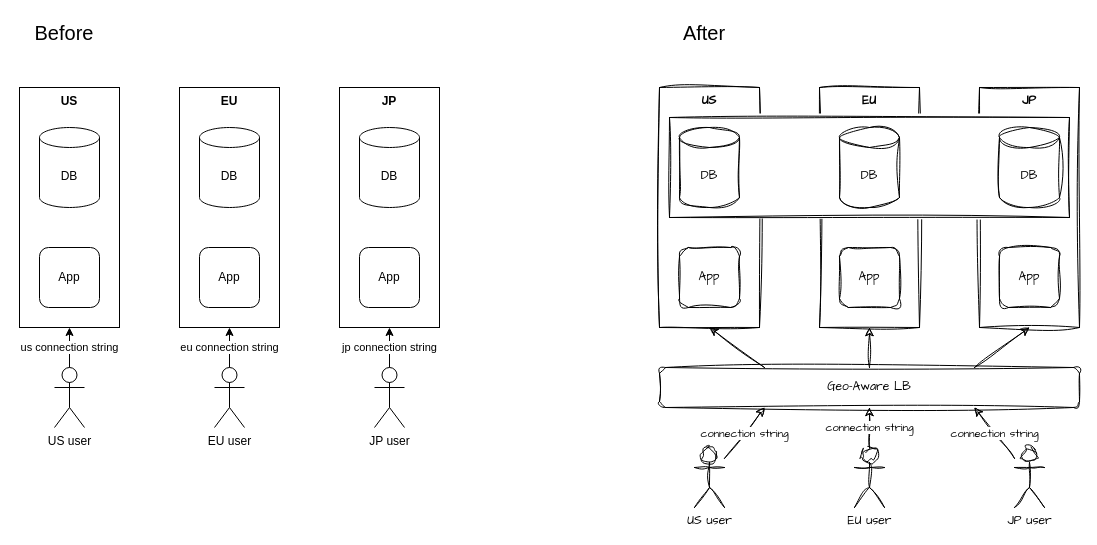
Above: 006_app_silos/multi_instance_architecture/diagram.drawio in codingconcepts/architecture-simplification (draw.io), before the change. Source tidied: cells renumbered, new cells numbered last; positions are measured from the earlier drawing's top-left corner, leaving out a move shared by most shapes. Both pictures are drawn from the tidied source at 100%, with x=0, y=0 at pixel (19, 17).
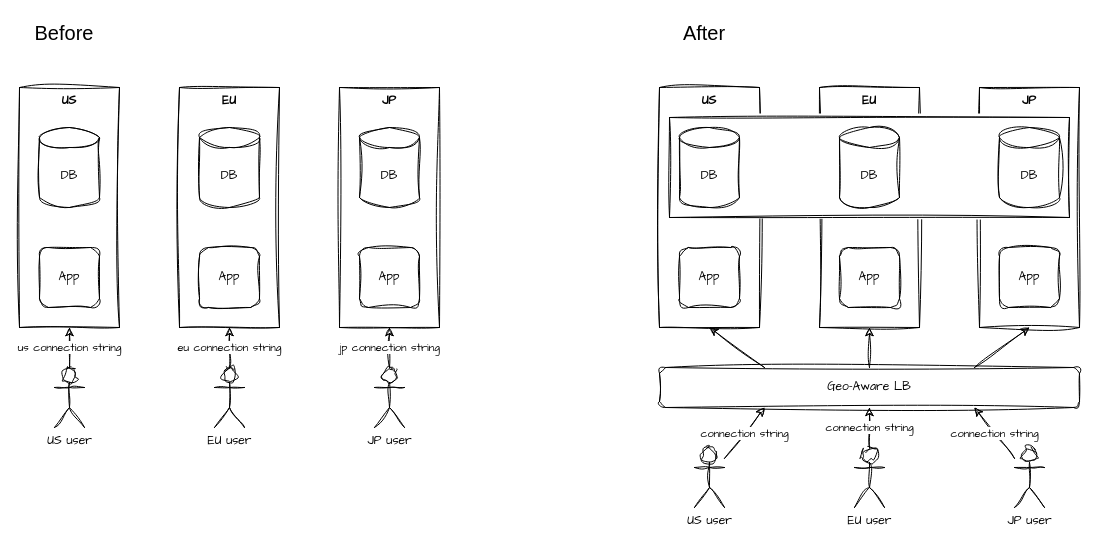
The same page after the edit.

The edit, as a diff of the source:
```diff
@@
-    <mxCell id="2" value="&lt;b&gt;US&lt;/b&gt;" style="rounded=0;whiteSpace=wrap;html=1;fillColor=none;verticalAlign=top;shadow=0;fontFamily=Helvetica;" parent="1" vertex="1">
+    <mxCell id="2" value="&lt;b&gt;US&lt;/b&gt;" style="rounded=0;whiteSpace=wrap;html=1;fillColor=none;verticalAlign=top;shadow=0;fontFamily=Architects Daughter;sketch=1;curveFitting=1;jiggle=2;" parent="1" vertex="1">
       <mxGeometry y="70" width="100" height="240" as="geometry" />
     </mxCell>
-    <mxCell id="3" value="DB" style="shape=cylinder3;whiteSpace=wrap;html=1;boundedLbl=1;backgroundOutline=1;size=10;fillColor=none;shadow=0;fontFamily=Helvetica;" parent="1" vertex="1">
+    <mxCell id="3" value="DB" style="shape=cylinder3;whiteSpace=wrap;html=1;boundedLbl=1;backgroundOutline=1;size=10;fillColor=none;shadow=0;fontFamily=Architects Daughter;sketch=1;curveFitting=1;jiggle=2;" parent="1" vertex="1">
       <mxGeometry x="20" y="110" width="60" height="80" as="geometry" />
     </mxCell>
-    <mxCell id="4" value="App" style="rounded=1;whiteSpace=wrap;html=1;fillColor=none;shadow=0;fontFamily=Helvetica;" parent="1" vertex="1">
+    <mxCell id="4" value="App" style="rounded=1;whiteSpace=wrap;html=1;fillColor=none;shadow=0;fontFamily=Architects Daughter;sketch=1;curveFitting=1;jiggle=2;" parent="1" vertex="1">
       <mxGeometry x="20" y="230" width="60" height="60" as="geometry" />
     </mxCell>
-    <mxCell id="5" value="&lt;b&gt;EU&lt;/b&gt;" style="rounded=0;whiteSpace=wrap;html=1;fillColor=none;verticalAlign=top;shadow=0;fontFamily=Helvetica;" parent="1" vertex="1">
+    <mxCell id="5" value="&lt;b&gt;EU&lt;/b&gt;" style="rounded=0;whiteSpace=wrap;html=1;fillColor=none;verticalAlign=top;shadow=0;fontFamily=Architects Daughter;sketch=1;curveFitting=1;jiggle=2;" parent="1" vertex="1">
       <mxGeometry x="160" y="70" width="100" height="240" as="geometry" />
     </mxCell>
-    <mxCell id="6" value="DB" style="shape=cylinder3;whiteSpace=wrap;html=1;boundedLbl=1;backgroundOutline=1;size=10;fillColor=none;shadow=0;fontFamily=Helvetica;" parent="1" vertex="1">
+    <mxCell id="6" value="DB" style="shape=cylinder3;whiteSpace=wrap;html=1;boundedLbl=1;backgroundOutline=1;size=10;fillColor=none;shadow=0;fontFamily=Architects Daughter;sketch=1;curveFitting=1;jiggle=2;" parent="1" vertex="1">
       <mxGeometry x="180" y="110" width="60" height="80" as="geometry" />
     </mxCell>
-    <mxCell id="7" value="App" style="rounded=1;whiteSpace=wrap;html=1;fillColor=none;shadow=0;fontFamily=Helvetica;" parent="1" vertex="1">
+    <mxCell id="7" value="App" style="rounded=1;whiteSpace=wrap;html=1;fillColor=none;shadow=0;fontFamily=Architects Daughter;sketch=1;curveFitting=1;jiggle=2;" parent="1" vertex="1">
       <mxGeometry x="180" y="230" width="60" height="60" as="geometry" />
     </mxCell>
-    <mxCell id="8" value="&lt;b&gt;JP&lt;/b&gt;" style="rounded=0;whiteSpace=wrap;html=1;fillColor=none;verticalAlign=top;shadow=0;fontFamily=Helvetica;" parent="1" vertex="1">
+    <mxCell id="8" value="&lt;b&gt;JP&lt;/b&gt;" style="rounded=0;whiteSpace=wrap;html=1;fillColor=none;verticalAlign=top;shadow=0;fontFamily=Architects Daughter;sketch=1;curveFitting=1;jiggle=2;" parent="1" vertex="1">
       <mxGeometry x="320" y="70" width="100" height="240" as="geometry" />
     </mxCell>
-    <mxCell id="9" value="DB" style="shape=cylinder3;whiteSpace=wrap;html=1;boundedLbl=1;backgroundOutline=1;size=10;fillColor=none;shadow=0;fontFamily=Helvetica;" parent="1" vertex="1">
+    <mxCell id="9" value="DB" style="shape=cylinder3;whiteSpace=wrap;html=1;boundedLbl=1;backgroundOutline=1;size=10;fillColor=none;shadow=0;fontFamily=Architects Daughter;sketch=1;curveFitting=1;jiggle=2;" parent="1" vertex="1">
       <mxGeometry x="340" y="110" width="60" height="80" as="geometry" />
     </mxCell>
-    <mxCell id="10" value="App" style="rounded=1;whiteSpace=wrap;html=1;fillColor=none;shadow=0;fontFamily=Helvetica;" parent="1" vertex="1">
+    <mxCell id="10" value="App" style="rounded=1;whiteSpace=wrap;html=1;fillColor=none;shadow=0;fontFamily=Architects Daughter;sketch=1;curveFitting=1;jiggle=2;" parent="1" vertex="1">
       <mxGeometry x="340" y="230" width="60" height="60" as="geometry" />
     </mxCell>
-    <mxCell id="11" value="us connection string" style="edgeStyle=none;html=1;entryX=0.5;entryY=1;entryDx=0;entryDy=0;shadow=0;fontFamily=Helvetica;" parent="1" edge="1" source="12" target="2">
+    <mxCell id="11" value="us connection string" style="edgeStyle=none;html=1;entryX=0.5;entryY=1;entryDx=0;entryDy=0;shadow=0;fontFamily=Architects Daughter;sketch=1;curveFitting=1;jiggle=2;" parent="1" edge="1" source="12" target="2">
       <mxGeometry relative="1" as="geometry" />
     </mxCell>
-    <mxCell id="12" value="US user" style="shape=umlActor;verticalLabelPosition=bottom;verticalAlign=top;html=1;outlineConnect=0;fillColor=none;shadow=0;fontFamily=Helvetica;" parent="1" vertex="1">
+    <mxCell id="12" value="US user" style="shape=umlActor;verticalLabelPosition=bottom;verticalAlign=top;html=1;outlineConnect=0;fillColor=none;shadow=0;fontFamily=Architects Daughter;sketch=1;curveFitting=1;jiggle=2;" parent="1" vertex="1">
       <mxGeometry x="35" y="350" width="30" height="60" as="geometry" />
     </mxCell>
-    <mxCell id="13" value="eu connection string" style="edgeStyle=none;html=1;entryX=0.5;entryY=1;entryDx=0;entryDy=0;shadow=0;fontFamily=Helvetica;" parent="1" edge="1" source="14" target="5">
+    <mxCell id="13" value="eu connection string" style="edgeStyle=none;html=1;entryX=0.5;entryY=1;entryDx=0;entryDy=0;shadow=0;fontFamily=Architects Daughter;sketch=1;curveFitting=1;jiggle=2;" parent="1" edge="1" source="14" target="5">
       <mxGeometry relative="1" as="geometry" />
     </mxCell>
-    <mxCell id="14" value="EU user" style="shape=umlActor;verticalLabelPosition=bottom;verticalAlign=top;html=1;outlineConnect=0;fillColor=none;shadow=0;fontFamily=Helvetica;" parent="1" vertex="1">
+    <mxCell id="14" value="EU user" style="shape=umlActor;verticalLabelPosition=bottom;verticalAlign=top;html=1;outlineConnect=0;fillColor=none;shadow=0;fontFamily=Architects Daughter;sketch=1;curveFitting=1;jiggle=2;" parent="1" vertex="1">
       <mxGeometry x="195" y="350" width="30" height="60" as="geometry" />
     </mxCell>
-    <mxCell id="15" value="jp connection string" style="edgeStyle=none;html=1;entryX=0.5;entryY=1;entryDx=0;entryDy=0;shadow=0;fontFamily=Helvetica;" parent="1" edge="1" source="16" target="8">
+    <mxCell id="15" value="jp connection string" style="edgeStyle=none;html=1;entryX=0.5;entryY=1;entryDx=0;entryDy=0;shadow=0;fontFamily=Architects Daughter;sketch=1;curveFitting=1;jiggle=2;" parent="1" edge="1" source="16" target="8">
       <mxGeometry relative="1" as="geometry" />
     </mxCell>
-    <mxCell id="16" value="JP user" style="shape=umlActor;verticalLabelPosition=bottom;verticalAlign=top;html=1;outlineConnect=0;fillColor=none;shadow=0;fontFamily=Helvetica;" parent="1" vertex="1">
+    <mxCell id="16" value="JP user" style="shape=umlActor;verticalLabelPosition=bottom;verticalAlign=top;html=1;outlineConnect=0;fillColor=none;shadow=0;fontFamily=Architects Daughter;sketch=1;curveFitting=1;jiggle=2;" parent="1" vertex="1">
       <mxGeometry x="355" y="350" width="30" height="60" as="geometry" />
     </mxCell>
```
